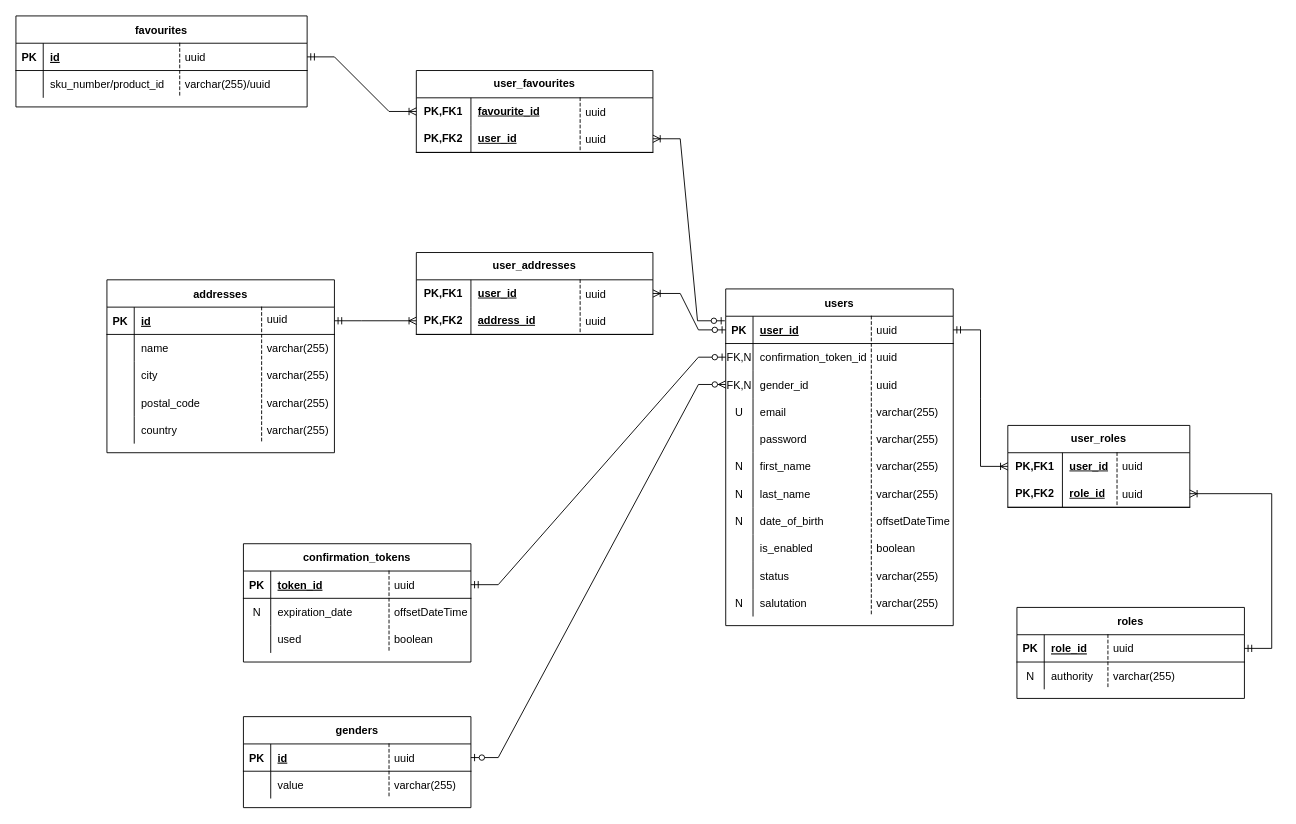
Above: user-service/documentation/database/user-service-model.drawio in bogdanmilojevic/micro-commerce (draw.io), before the change. Source tidied: cells renumbered, new cells numbered last; positions are measured from the earlier drawing's top-left corner, leaving out a move shared by most shapes. Both pictures are drawn from the tidied source at 91%, with x=0, y=0 at pixel (15, -116).
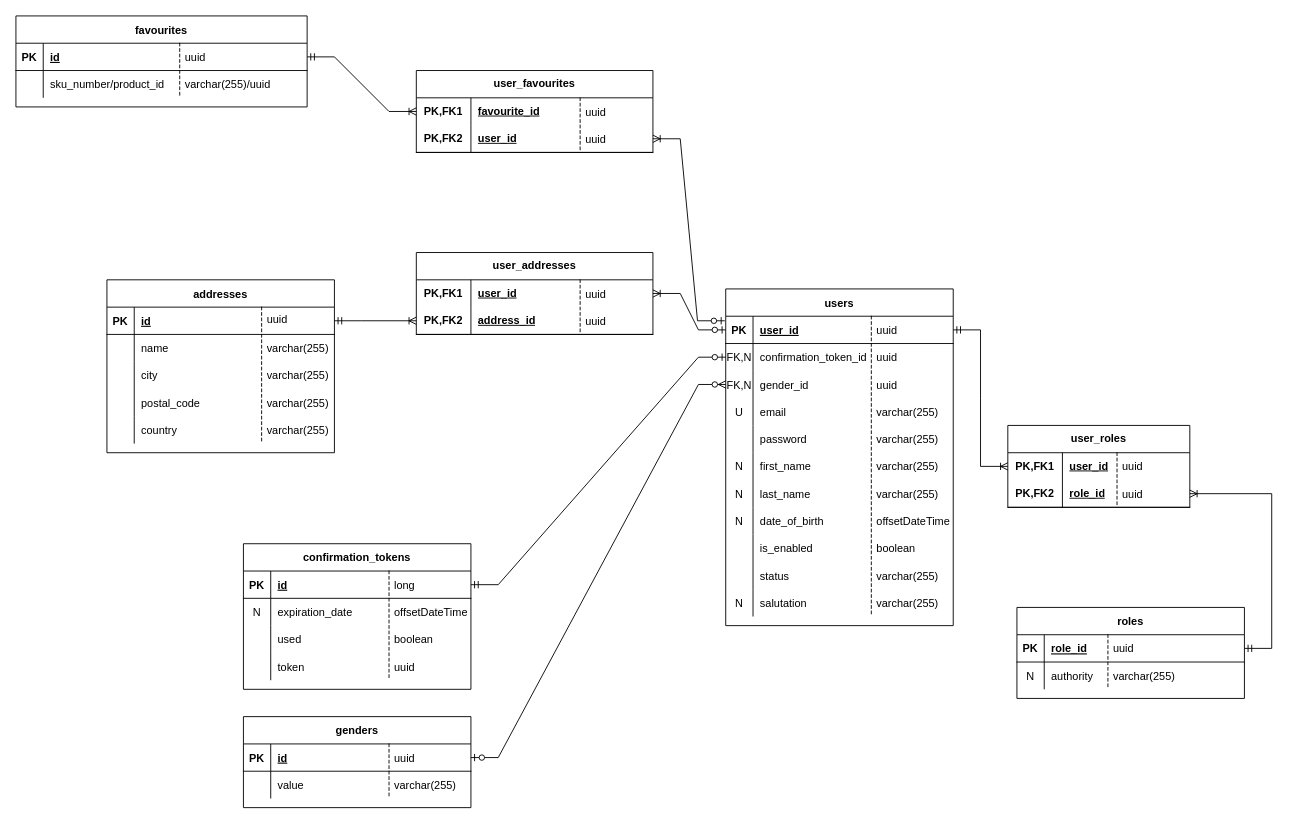
Above is the later version.

Commit message (it also covers changes not shown here):
Change confirmation token id type

The change refers to these unchanged cells:
```xml
<mxCell id="44" style="shape=partialRectangle;fillColor=none;points=[[0,0.5],[1,0.5]];portConstraint=eastwest;top=0;left=0;right=0;bottom=1;" parent="43" vertex="1">
  <mxGeometry y="30" width="250" height="30" as="geometry" />
</mxCell>
```

Diff of the diagram source:
```diff
@@
     <mxCell id="43" value="confirmation_tokens" style="shape=table;startSize=30;childLayout=tableLayout;rowLines=0;fontStyle=1;align=center;" parent="1" vertex="1">
-      <mxGeometry x="250" y="725" width="250" height="130" as="geometry" />
+      <mxGeometry x="250" y="725" width="250" height="160" as="geometry" />
     </mxCell>
@@
-    <mxCell id="46" value="token_id" style="shape=partialRectangle;overflow=hidden;fillColor=none;top=0;left=0;bottom=0;right=0;align=left;spacingLeft=6;fontStyle=5;" parent="44" vertex="1">
+    <mxCell id="46" value="id" style="shape=partialRectangle;overflow=hidden;fillColor=none;top=0;left=0;bottom=0;right=0;align=left;spacingLeft=6;fontStyle=5;" parent="44" vertex="1">
       <mxGeometry x="30" width="220" height="30" as="geometry" />
     </mxCell>
@@
+    <mxCell id="174" style="shape=partialRectangle;fillColor=none;top=0;left=0;right=0;bottom=0;" parent="43" vertex="1">
+      <mxGeometry y="120" width="250" height="30" as="geometry" />
+    </mxCell>
+    <mxCell id="175" style="shape=partialRectangle;overflow=hidden;fillColor=none;top=0;left=0;bottom=0;right=0;" parent="174" vertex="1">
+      <mxGeometry width="30" height="30" as="geometry" />
+    </mxCell>
+    <mxCell id="176" value="token" style="shape=partialRectangle;overflow=hidden;fillColor=none;top=0;left=0;bottom=0;right=0;align=left;spacingLeft=6;" parent="174" vertex="1">
+      <mxGeometry x="30" width="220" height="30" as="geometry" />
+    </mxCell>
@@
-    <mxCell id="63" value="uuid" style="shape=partialRectangle;fillColor=none;align=left;verticalAlign=middle;strokeColor=none;spacingLeft=34;" parent="1" vertex="1">
+    <mxCell id="63" value="long" style="shape=partialRectangle;fillColor=none;align=left;verticalAlign=middle;strokeColor=none;spacingLeft=34;" parent="1" vertex="1">
       <mxGeometry x="380" y="755" width="90" height="30" as="geometry" />
     </mxCell>
@@
+    <mxCell id="177" value="uuid" style="shape=partialRectangle;fillColor=none;align=left;verticalAlign=middle;strokeColor=none;spacingLeft=34;" parent="1" vertex="1">
+      <mxGeometry x="380" y="845" width="90" height="30" as="geometry" />
+    </mxCell>
+    <mxCell id="178" style="shape=partialRectangle;top=0;left=0;bottom=0;fillColor=none;stokeWidth=1;dashed=1;align=left;verticalAlign=middle;spacingLeft=4;spacingRight=4;overflow=hidden;" parent="177" vertex="1">
+      <mxGeometry width="30" height="30" as="geometry" />
+    </mxCell>
```
